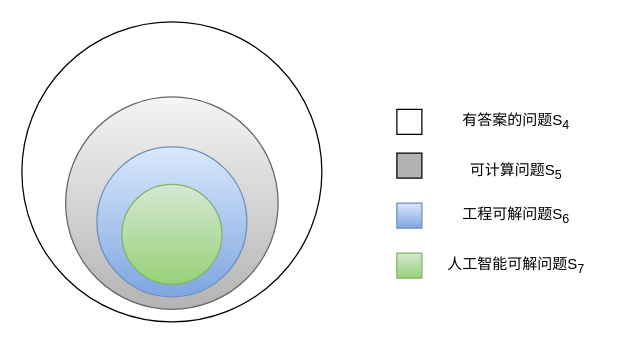
Above: 画图.drawio in weligood/git-demo (draw.io), before the change. Source tidied: cells renumbered, new cells numbered last; positions are measured from the earlier drawing's top-left corner, leaving out a move shared by most shapes. Both pictures are drawn from the tidied source at 125%, with x=0, y=0 at pixel (21, 21).
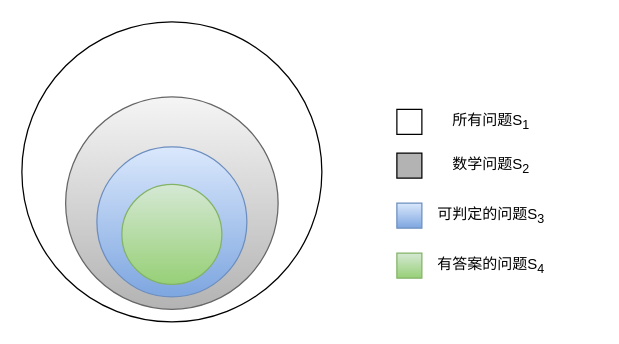
The same page after the edit.

Commit message:
有答案的问题只是所有问题中很少的一部分.drawio

Change to the diagram source:
```diff
@@
 <mxGraphModel>
   <root>
     <mxCell id="0" />
     <mxCell id="1" parent="0" />
     <mxCell id="2" style="ellipse;whiteSpace=wrap;html=1;" parent="1" vertex="1">
       <mxGeometry width="240" height="240" as="geometry" />
     </mxCell>
-    <mxCell id="3" style="ellipse;whiteSpace=wrap;html=1;fillColor=#f5f5f5;strokeColor=#666666;gradientColor=#b3b3b3;shadow=0;" parent="1" vertex="1">
-      <mxGeometry x="35" y="60" width="170" height="170" as="geometry" />
-    </mxCell>
+    <mxCell id="14" style="ellipse;whiteSpace=wrap;html=1;fillColor=#f5f5f5;strokeColor=#666666;gradientColor=#b3b3b3;" parent="1" vertex="1">
+      <mxGeometry x="35" y="60" width="170" height="170" as="geometry" />
+    </mxCell>
     <mxCell id="4" style="ellipse;whiteSpace=wrap;html=1;fillColor=#dae8fc;strokeColor=#6c8ebf;gradientColor=#7ea6e0;" parent="1" vertex="1">
       <mxGeometry x="60" y="100" width="120" height="120" as="geometry" />
     </mxCell>
     <mxCell id="5" style="ellipse;whiteSpace=wrap;html=1;fillColor=#d5e8d4;strokeColor=#82b366;gradientColor=#97d077;" parent="1" vertex="1">
       <mxGeometry x="80" y="130" width="80" height="80" as="geometry" />
     </mxCell>
     <mxCell id="6" style="whiteSpace=wrap;html=1;" parent="1" vertex="1">
       <mxGeometry x="300" y="70" width="20" height="20" as="geometry" />
     </mxCell>
+    <mxCell id="15" value="所有问题S&lt;sub&gt;1&lt;/sub&gt;" style="text;html=1;align=center;verticalAlign=middle;strokeColor=none;fillColor=none;" parent="1" vertex="1">
+      <mxGeometry x="330" y="65" width="90" height="30" as="geometry" />
+    </mxCell>
+    <mxCell id="8" style="whiteSpace=wrap;html=1;fillColor=#B3B3B3;" parent="1" vertex="1">
+      <mxGeometry x="300" y="105" width="20" height="20" as="geometry" />
+    </mxCell>
+    <mxCell id="16" value="数学问题S&lt;sub&gt;2&lt;/sub&gt;" style="text;html=1;align=center;verticalAlign=middle;strokeColor=none;fillColor=none;" parent="1" vertex="1">
+      <mxGeometry x="330" y="100" width="90" height="30" as="geometry" />
+    </mxCell>
+    <mxCell id="10" style="whiteSpace=wrap;html=1;fillColor=#dae8fc;gradientColor=#7ea6e0;strokeColor=#6c8ebf;" parent="1" vertex="1">
+      <mxGeometry x="300" y="145" width="20" height="20" as="geometry" />
+    </mxCell>
+    <mxCell id="17" value="可判定的问题S&lt;sub&gt;3&lt;/sub&gt;" style="text;html=1;align=center;verticalAlign=middle;strokeColor=none;fillColor=none;" parent="1" vertex="1">
+      <mxGeometry x="320" y="140" width="110" height="30" as="geometry" />
+    </mxCell>
+    <mxCell id="12" style="whiteSpace=wrap;html=1;fillColor=#d5e8d4;gradientColor=#97d077;strokeColor=#82b366;" parent="1" vertex="1">
+      <mxGeometry x="300" y="185" width="20" height="20" as="geometry" />
+    </mxCell>
     <mxCell id="7" value="有答案的问题S&lt;sub&gt;4&lt;/sub&gt;" style="text;html=1;align=center;verticalAlign=middle;strokeColor=none;fillColor=none;" parent="1" vertex="1">
-      <mxGeometry x="340" y="65" width="110" height="30" as="geometry" />
+      <mxGeometry x="320" y="180" width="110" height="30" as="geometry" />
     </mxCell>
-    <mxCell id="8" style="whiteSpace=wrap;html=1;fillColor=#B3B3B3;" parent="1" vertex="1">
-      <mxGeometry x="300" y="105" width="20" height="20" as="geometry" />
-    </mxCell>
-    <mxCell id="9" value="可计算问题S&lt;sub&gt;5&lt;/sub&gt;" style="text;html=1;align=center;verticalAlign=middle;strokeColor=none;fillColor=none;" parent="1" vertex="1">
-      <mxGeometry x="345" y="105" width="100" height="30" as="geometry" />
-    </mxCell>
-    <mxCell id="10" style="whiteSpace=wrap;html=1;fillColor=#dae8fc;gradientColor=#7ea6e0;strokeColor=#6c8ebf;" parent="1" vertex="1">
-      <mxGeometry x="300" y="145" width="20" height="20" as="geometry" />
-    </mxCell>
-    <mxCell id="11" value="工程可解问题S&lt;sub&gt;6&lt;/sub&gt;" style="text;html=1;align=center;verticalAlign=middle;strokeColor=none;fillColor=none;" parent="1" vertex="1">
-      <mxGeometry x="340" y="140" width="110" height="30" as="geometry" />
-    </mxCell>
-    <mxCell id="12" style="whiteSpace=wrap;html=1;fillColor=#d5e8d4;gradientColor=#97d077;strokeColor=#82b366;" parent="1" vertex="1">
-      <mxGeometry x="300" y="185" width="20" height="20" as="geometry" />
-    </mxCell>
-    <mxCell id="13" value="人工智能可解问题S&lt;sub&gt;7&lt;/sub&gt;" style="text;html=1;align=center;verticalAlign=middle;strokeColor=none;fillColor=none;" parent="1" vertex="1">
-      <mxGeometry x="330" y="180" width="130" height="30" as="geometry" />
-    </mxCell>
   </root>
 </mxGraphModel>
```
